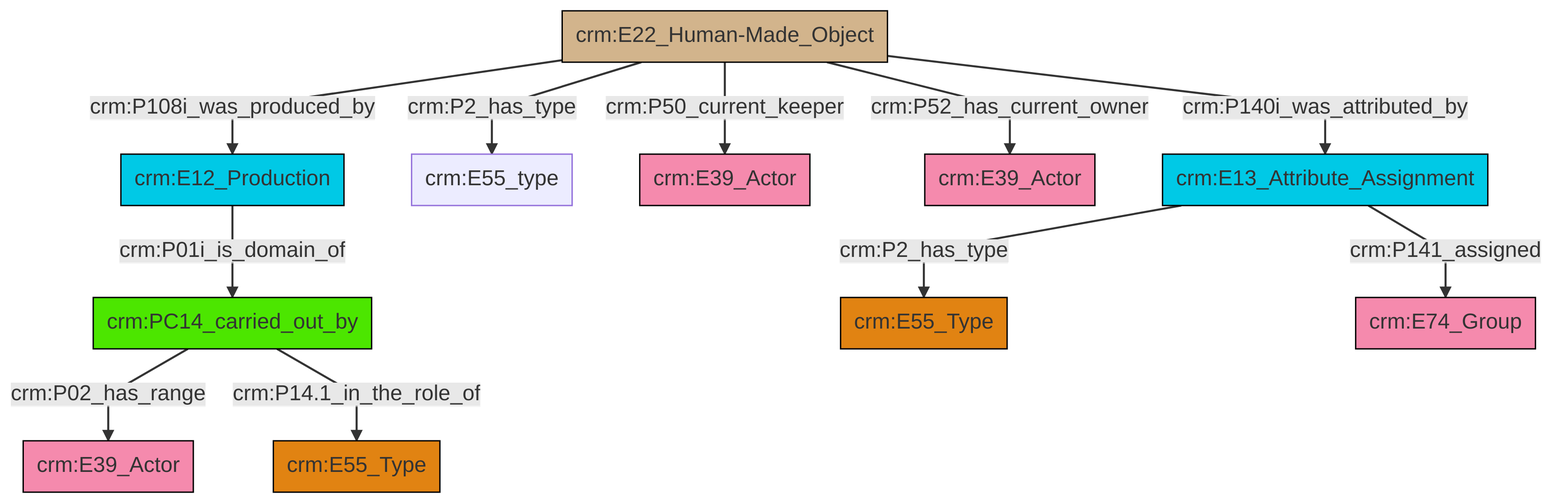
Before: et/artworkCSV/ttl/mmd/png/Artwork_Actor_Relations.png, a diagram exported from Mermaid (swiss-art-research-net/reference-data-models). Its source is kept beside it as et/artworkCSV/ttl/mmd/Artwork_Actor_Relations.ttl.mmd.
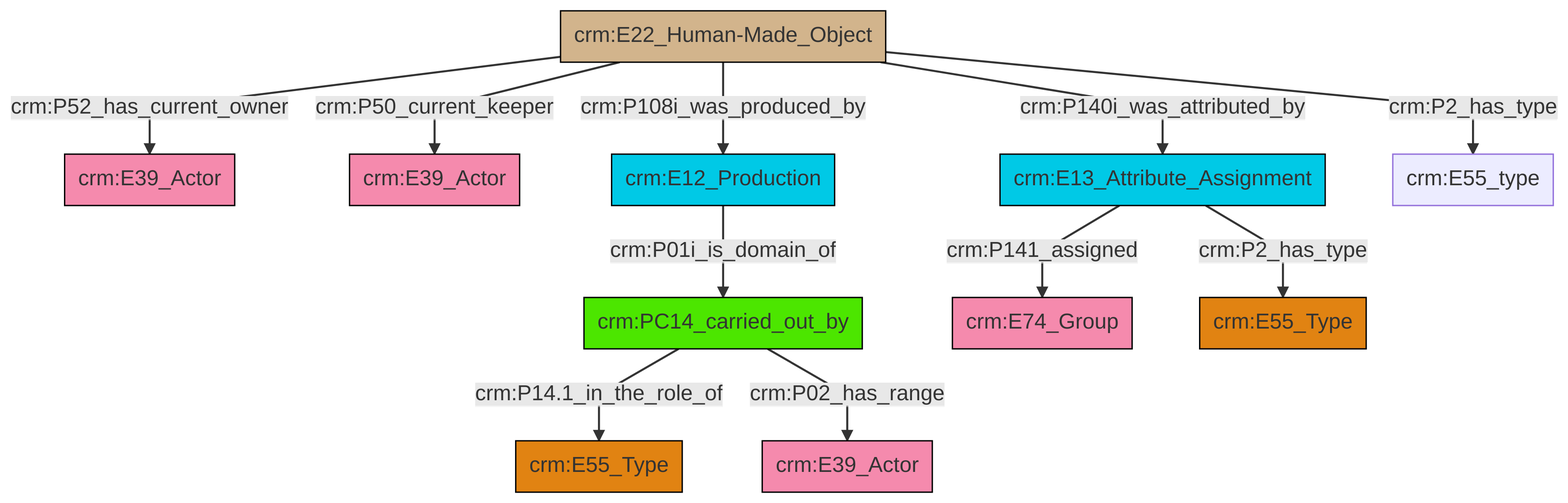
Above is the later version.

What changed in the source:
```diff
@@ -13,13 +13,13 @@
 classDef PC_Classes fill:#4ce600, stroke:#000000;
 classDef Multi fill:#cccccc,stroke:#000000;
 
-2["crm:E22_Human-Made_Object"]:::Physical_Thing -->|crm:P108i_was_produced_by| 3["crm:E12_Production"]:::Temporal_Entity
-2["crm:E22_Human-Made_Object"]:::Physical_Thing -->|crm:P2_has_type| 4["crm:E55_type"]:::Default
-2["crm:E22_Human-Made_Object"]:::Physical_Thing -->|crm:P50_current_keeper| 6["crm:E39_Actor"]:::Actor
-7["crm:E13_Attribute_Assignment"]:::Temporal_Entity -->|crm:P2_has_type| 8["crm:E55_Type"]:::Type
-2["crm:E22_Human-Made_Object"]:::Physical_Thing -->|crm:P52_has_current_owner| 13["crm:E39_Actor"]:::Actor
-2["crm:E22_Human-Made_Object"]:::Physical_Thing -->|crm:P140i_was_attributed_by| 7["crm:E13_Attribute_Assignment"]:::Temporal_Entity
-3["crm:E12_Production"]:::Temporal_Entity -->|crm:P01i_is_domain_of| 9["crm:PC14_carried_out_by"]:::PC_Classes
-9["crm:PC14_carried_out_by"]:::PC_Classes -->|crm:P02_has_range| 17["crm:E39_Actor"]:::Actor
-7["crm:E13_Attribute_Assignment"]:::Temporal_Entity -->|crm:P141_assigned| 11["crm:E74_Group"]:::Actor
-9["crm:PC14_carried_out_by"]:::PC_Classes -->|crm:P14.1_in_the_role_of| 0["crm:E55_Type"]:::Type
+2["crm:E22_Human-Made_Object"]:::Physical_Thing -->|crm:P52_has_current_owner| 3["crm:E39_Actor"]:::Actor
+8["crm:PC14_carried_out_by"]:::PC_Classes -->|crm:P14.1_in_the_role_of| 0["crm:E55_Type"]:::Type
+2["crm:E22_Human-Made_Object"]:::Physical_Thing -->|crm:P108i_was_produced_by| 9["crm:E12_Production"]:::Temporal_Entity
+2["crm:E22_Human-Made_Object"]:::Physical_Thing -->|crm:P2_has_type| 16["crm:E55_type"]:::Default
+2["crm:E22_Human-Made_Object"]:::Physical_Thing -->|crm:P140i_was_attributed_by| 12["crm:E13_Attribute_Assignment"]:::Temporal_Entity
+9["crm:E12_Production"]:::Temporal_Entity -->|crm:P01i_is_domain_of| 8["crm:PC14_carried_out_by"]:::PC_Classes
+12["crm:E13_Attribute_Assignment"]:::Temporal_Entity -->|crm:P2_has_type| 18["crm:E55_Type"]:::Type
+8["crm:PC14_carried_out_by"]:::PC_Classes -->|crm:P02_has_range| 6["crm:E39_Actor"]:::Actor
+12["crm:E13_Attribute_Assignment"]:::Temporal_Entity -->|crm:P141_assigned| 10["crm:E74_Group"]:::Actor
+2["crm:E22_Human-Made_Object"]:::Physical_Thing -->|crm:P50_current_keeper| 4["crm:E39_Actor"]:::Actor
```
